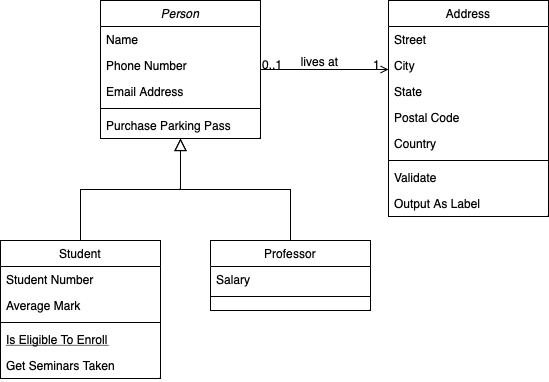
Earlier version of the draw.io export Tema2/DiagramasObjetos/img/DiagramaObjetosATM.png (nicholelouis/ETS). Source tidied: cells renumbered, new cells last; positions are measured from the earlier drawing's top-left corner, leaving out a move shared by most shapes. The source it was exported from:
```xml
<mxGraphModel>
  <root>
    <mxCell id="0" />
    <mxCell id="1" parent="0" />
    <mxCell id="2" value="Person" style="swimlane;fontStyle=2;align=center;verticalAlign=top;horizontal=1;startSize=26;rounded=0;shadow=0;strokeWidth=1;" parent="1" vertex="1">
      <mxGeometry x="100" width="160" height="138" as="geometry" />
    </mxCell>
    <mxCell id="3" value="Name" style="text;align=left;verticalAlign=top;spacingLeft=4;spacingRight=4;overflow=hidden;" parent="2" vertex="1">
      <mxGeometry y="26" width="160" height="26" as="geometry" />
    </mxCell>
    <mxCell id="4" value="Phone Number" style="text;align=left;verticalAlign=top;spacingLeft=4;spacingRight=4;overflow=hidden;rounded=0;shadow=0;html=0;" parent="2" vertex="1">
      <mxGeometry y="52" width="160" height="26" as="geometry" />
    </mxCell>
    <mxCell id="5" value="Email Address" style="text;align=left;verticalAlign=top;spacingLeft=4;spacingRight=4;overflow=hidden;rounded=0;shadow=0;html=0;" parent="2" vertex="1">
      <mxGeometry y="78" width="160" height="26" as="geometry" />
    </mxCell>
    <mxCell id="6" style="line;html=1;strokeWidth=1;align=left;verticalAlign=middle;spacingTop=-1;spacingLeft=3;spacingRight=3;labelPosition=right;" parent="2" vertex="1">
      <mxGeometry y="104" width="160" height="8" as="geometry" />
    </mxCell>
    <mxCell id="7" value="Purchase Parking Pass" style="text;align=left;verticalAlign=top;spacingLeft=4;spacingRight=4;overflow=hidden;" parent="2" vertex="1">
      <mxGeometry y="112" width="160" height="26" as="geometry" />
    </mxCell>
    <mxCell id="8" value="Student" style="swimlane;fontStyle=0;align=center;verticalAlign=top;horizontal=1;startSize=26;rounded=0;shadow=0;strokeWidth=1;" parent="1" vertex="1">
      <mxGeometry y="240" width="160" height="138" as="geometry" />
    </mxCell>
    <mxCell id="9" value="Student Number" style="text;align=left;verticalAlign=top;spacingLeft=4;spacingRight=4;overflow=hidden;" parent="8" vertex="1">
      <mxGeometry y="26" width="160" height="26" as="geometry" />
    </mxCell>
    <mxCell id="10" value="Average Mark" style="text;align=left;verticalAlign=top;spacingLeft=4;spacingRight=4;overflow=hidden;rounded=0;shadow=0;html=0;" parent="8" vertex="1">
      <mxGeometry y="52" width="160" height="26" as="geometry" />
    </mxCell>
    <mxCell id="11" style="line;html=1;strokeWidth=1;align=left;verticalAlign=middle;spacingTop=-1;spacingLeft=3;spacingRight=3;labelPosition=right;" parent="8" vertex="1">
      <mxGeometry y="78" width="160" height="8" as="geometry" />
    </mxCell>
    <mxCell id="12" value="Is Eligible To Enroll" style="text;align=left;verticalAlign=top;spacingLeft=4;spacingRight=4;overflow=hidden;fontStyle=4;" parent="8" vertex="1">
      <mxGeometry y="86" width="160" height="26" as="geometry" />
    </mxCell>
    <mxCell id="13" value="Get Seminars Taken" style="text;align=left;verticalAlign=top;spacingLeft=4;spacingRight=4;overflow=hidden;" parent="8" vertex="1">
      <mxGeometry y="112" width="160" height="26" as="geometry" />
    </mxCell>
    <mxCell id="14" style="endArrow=block;endSize=10;endFill=0;shadow=0;strokeWidth=1;rounded=0;edgeStyle=elbowEdgeStyle;elbow=vertical;" parent="1" edge="1" source="8" target="2">
      <mxGeometry relative="1" as="geometry" />
    </mxCell>
    <mxCell id="15" value="Professor" style="swimlane;fontStyle=0;align=center;verticalAlign=top;horizontal=1;startSize=26;rounded=0;shadow=0;strokeWidth=1;" parent="1" vertex="1">
      <mxGeometry x="210" y="240" width="160" height="70" as="geometry" />
    </mxCell>
    <mxCell id="16" value="Salary" style="text;align=left;verticalAlign=top;spacingLeft=4;spacingRight=4;overflow=hidden;" parent="15" vertex="1">
      <mxGeometry y="26" width="160" height="26" as="geometry" />
    </mxCell>
    <mxCell id="17" style="line;html=1;strokeWidth=1;align=left;verticalAlign=middle;spacingTop=-1;spacingLeft=3;spacingRight=3;labelPosition=right;" parent="15" vertex="1">
      <mxGeometry y="52" width="160" height="8" as="geometry" />
    </mxCell>
    <mxCell id="18" style="endArrow=block;endSize=10;endFill=0;shadow=0;strokeWidth=1;rounded=0;edgeStyle=elbowEdgeStyle;elbow=vertical;" parent="1" edge="1" source="15" target="2">
      <mxGeometry relative="1" as="geometry" />
    </mxCell>
    <mxCell id="19" value="Address" style="swimlane;fontStyle=0;align=center;verticalAlign=top;horizontal=1;startSize=26;rounded=0;shadow=0;strokeWidth=1;" parent="1" vertex="1">
      <mxGeometry x="388" width="160" height="216" as="geometry" />
    </mxCell>
    <mxCell id="20" value="Street" style="text;align=left;verticalAlign=top;spacingLeft=4;spacingRight=4;overflow=hidden;" parent="19" vertex="1">
      <mxGeometry y="26" width="160" height="26" as="geometry" />
    </mxCell>
    <mxCell id="21" value="City" style="text;align=left;verticalAlign=top;spacingLeft=4;spacingRight=4;overflow=hidden;rounded=0;shadow=0;html=0;" parent="19" vertex="1">
      <mxGeometry y="52" width="160" height="26" as="geometry" />
    </mxCell>
    <mxCell id="22" value="State" style="text;align=left;verticalAlign=top;spacingLeft=4;spacingRight=4;overflow=hidden;rounded=0;shadow=0;html=0;" parent="19" vertex="1">
      <mxGeometry y="78" width="160" height="26" as="geometry" />
    </mxCell>
    <mxCell id="23" value="Postal Code" style="text;align=left;verticalAlign=top;spacingLeft=4;spacingRight=4;overflow=hidden;rounded=0;shadow=0;html=0;" parent="19" vertex="1">
      <mxGeometry y="104" width="160" height="26" as="geometry" />
    </mxCell>
    <mxCell id="24" value="Country" style="text;align=left;verticalAlign=top;spacingLeft=4;spacingRight=4;overflow=hidden;rounded=0;shadow=0;html=0;" parent="19" vertex="1">
      <mxGeometry y="130" width="160" height="26" as="geometry" />
    </mxCell>
    <mxCell id="25" style="line;html=1;strokeWidth=1;align=left;verticalAlign=middle;spacingTop=-1;spacingLeft=3;spacingRight=3;labelPosition=right;" parent="19" vertex="1">
      <mxGeometry y="156" width="160" height="8" as="geometry" />
    </mxCell>
    <mxCell id="26" value="Validate" style="text;align=left;verticalAlign=top;spacingLeft=4;spacingRight=4;overflow=hidden;" parent="19" vertex="1">
      <mxGeometry y="164" width="160" height="26" as="geometry" />
    </mxCell>
    <mxCell id="27" value="Output As Label" style="text;align=left;verticalAlign=top;spacingLeft=4;spacingRight=4;overflow=hidden;" parent="19" vertex="1">
      <mxGeometry y="190" width="160" height="26" as="geometry" />
    </mxCell>
    <mxCell id="28" style="endArrow=open;shadow=0;strokeWidth=1;rounded=0;endFill=1;edgeStyle=elbowEdgeStyle;elbow=vertical;" parent="1" edge="1" source="2" target="19">
      <mxGeometry x="0.5" y="41" relative="1" as="geometry">
        <mxPoint x="-40" y="32" as="offset" />
      </mxGeometry>
    </mxCell>
    <mxCell id="29" value="0..1" style="align=left;verticalAlign=bottom;labelBackgroundColor=none;fontSize=12;" parent="28" vertex="1">
      <mxGeometry x="-1" relative="1" as="geometry">
        <mxPoint y="4" as="offset" />
      </mxGeometry>
    </mxCell>
    <mxCell id="30" value="1" style="align=right;verticalAlign=bottom;labelBackgroundColor=none;fontSize=12;" parent="28" vertex="1">
      <mxGeometry x="1" relative="1" as="geometry">
        <mxPoint x="-7" y="4" as="offset" />
      </mxGeometry>
    </mxCell>
    <mxCell id="31" value="lives at" style="text;html=1;align=center;verticalAlign=middle;labelBackgroundColor=none;rounded=0;shadow=0;strokeWidth=1;fontSize=12;" parent="28" vertex="1">
      <mxGeometry x="0.5" y="49" relative="1" as="geometry">
        <mxPoint x="-38" y="40" as="offset" />
      </mxGeometry>
    </mxCell>
  </root>
</mxGraphModel>
```
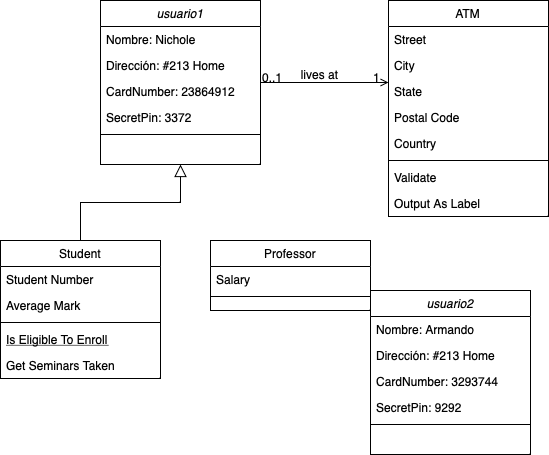
The same diagram one commit later.

The edit, as a diff of the source:
```diff
@@ -2,24 +2,24 @@
   <root>
     <mxCell id="0" />
     <mxCell id="1" parent="0" />
-    <mxCell id="2" value="Person" style="swimlane;fontStyle=2;align=center;verticalAlign=top;horizontal=1;startSize=26;rounded=0;shadow=0;strokeWidth=1;" parent="1" vertex="1">
-      <mxGeometry x="100" width="160" height="138" as="geometry" />
+    <mxCell id="2" value="usuario1" style="swimlane;fontStyle=2;align=center;verticalAlign=top;horizontal=1;startSize=26;rounded=0;shadow=0;strokeWidth=1;" parent="1" vertex="1">
+      <mxGeometry x="100" width="160" height="164" as="geometry" />
     </mxCell>
-    <mxCell id="3" value="Name" style="text;align=left;verticalAlign=top;spacingLeft=4;spacingRight=4;overflow=hidden;" parent="2" vertex="1">
+    <mxCell id="3" value="Nombre: Nichole" style="text;align=left;verticalAlign=top;spacingLeft=4;spacingRight=4;overflow=hidden;" parent="2" vertex="1">
       <mxGeometry y="26" width="160" height="26" as="geometry" />
     </mxCell>
-    <mxCell id="4" value="Phone Number" style="text;align=left;verticalAlign=top;spacingLeft=4;spacingRight=4;overflow=hidden;rounded=0;shadow=0;html=0;" parent="2" vertex="1">
+    <mxCell id="4" value="Dirección: #213 Home" style="text;align=left;verticalAlign=top;spacingLeft=4;spacingRight=4;overflow=hidden;rounded=0;shadow=0;html=0;" parent="2" vertex="1">
       <mxGeometry y="52" width="160" height="26" as="geometry" />
     </mxCell>
-    <mxCell id="5" value="Email Address" style="text;align=left;verticalAlign=top;spacingLeft=4;spacingRight=4;overflow=hidden;rounded=0;shadow=0;html=0;" parent="2" vertex="1">
+    <mxCell id="5" value="CardNumber: 23864912" style="text;align=left;verticalAlign=top;spacingLeft=4;spacingRight=4;overflow=hidden;rounded=0;shadow=0;html=0;" parent="2" vertex="1">
       <mxGeometry y="78" width="160" height="26" as="geometry" />
     </mxCell>
+    <mxCell id="32" value="SecretPin: 3372" style="text;align=left;verticalAlign=top;spacingLeft=4;spacingRight=4;overflow=hidden;rounded=0;shadow=0;html=0;" parent="2" vertex="1">
+      <mxGeometry y="104" width="160" height="26" as="geometry" />
+    </mxCell>
     <mxCell id="6" style="line;html=1;strokeWidth=1;align=left;verticalAlign=middle;spacingTop=-1;spacingLeft=3;spacingRight=3;labelPosition=right;" parent="2" vertex="1">
-      <mxGeometry y="104" width="160" height="8" as="geometry" />
+      <mxGeometry y="130" width="160" height="8" as="geometry" />
     </mxCell>
-    <mxCell id="7" value="Purchase Parking Pass" style="text;align=left;verticalAlign=top;spacingLeft=4;spacingRight=4;overflow=hidden;" parent="2" vertex="1">
-      <mxGeometry y="112" width="160" height="26" as="geometry" />
-    </mxCell>
     <mxCell id="8" value="Student" style="swimlane;fontStyle=0;align=center;verticalAlign=top;horizontal=1;startSize=26;rounded=0;shadow=0;strokeWidth=1;" parent="1" vertex="1">
       <mxGeometry y="240" width="160" height="138" as="geometry" />
     </mxCell>
@@ -50,10 +50,7 @@
     <mxCell id="17" style="line;html=1;strokeWidth=1;align=left;verticalAlign=middle;spacingTop=-1;spacingLeft=3;spacingRight=3;labelPosition=right;" parent="15" vertex="1">
       <mxGeometry y="52" width="160" height="8" as="geometry" />
     </mxCell>
-    <mxCell id="18" style="endArrow=block;endSize=10;endFill=0;shadow=0;strokeWidth=1;rounded=0;edgeStyle=elbowEdgeStyle;elbow=vertical;" parent="1" edge="1" source="15" target="2">
-      <mxGeometry relative="1" as="geometry" />
-    </mxCell>
-    <mxCell id="19" value="Address" style="swimlane;fontStyle=0;align=center;verticalAlign=top;horizontal=1;startSize=26;rounded=0;shadow=0;strokeWidth=1;" parent="1" vertex="1">
+    <mxCell id="19" value="ATM" style="swimlane;fontStyle=0;align=center;verticalAlign=top;horizontal=1;startSize=26;rounded=0;shadow=0;strokeWidth=1;" parent="1" vertex="1">
       <mxGeometry x="388" width="160" height="216" as="geometry" />
     </mxCell>
     <mxCell id="20" value="Street" style="text;align=left;verticalAlign=top;spacingLeft=4;spacingRight=4;overflow=hidden;" parent="19" vertex="1">
@@ -100,5 +97,23 @@
         <mxPoint x="-38" y="40" as="offset" />
       </mxGeometry>
     </mxCell>
+    <mxCell id="33" value="usuario2" style="swimlane;fontStyle=2;align=center;verticalAlign=top;horizontal=1;startSize=26;rounded=0;shadow=0;strokeWidth=1;" parent="1" vertex="1">
+      <mxGeometry x="370" y="290" width="160" height="164" as="geometry" />
+    </mxCell>
+    <mxCell id="34" value="Nombre: Armando" style="text;align=left;verticalAlign=top;spacingLeft=4;spacingRight=4;overflow=hidden;" parent="33" vertex="1">
+      <mxGeometry y="26" width="160" height="26" as="geometry" />
+    </mxCell>
+    <mxCell id="35" value="Dirección: #213 Home" style="text;align=left;verticalAlign=top;spacingLeft=4;spacingRight=4;overflow=hidden;rounded=0;shadow=0;html=0;" parent="33" vertex="1">
+      <mxGeometry y="52" width="160" height="26" as="geometry" />
+    </mxCell>
+    <mxCell id="36" value="CardNumber: 3293744" style="text;align=left;verticalAlign=top;spacingLeft=4;spacingRight=4;overflow=hidden;rounded=0;shadow=0;html=0;" parent="33" vertex="1">
+      <mxGeometry y="78" width="160" height="26" as="geometry" />
+    </mxCell>
+    <mxCell id="37" value="SecretPin: 9292" style="text;align=left;verticalAlign=top;spacingLeft=4;spacingRight=4;overflow=hidden;rounded=0;shadow=0;html=0;" parent="33" vertex="1">
+      <mxGeometry y="104" width="160" height="26" as="geometry" />
+    </mxCell>
+    <mxCell id="38" style="line;html=1;strokeWidth=1;align=left;verticalAlign=middle;spacingTop=-1;spacingLeft=3;spacingRight=3;labelPosition=right;" parent="33" vertex="1">
+      <mxGeometry y="130" width="160" height="8" as="geometry" />
+    </mxCell>
   </root>
 </mxGraphModel>
```
